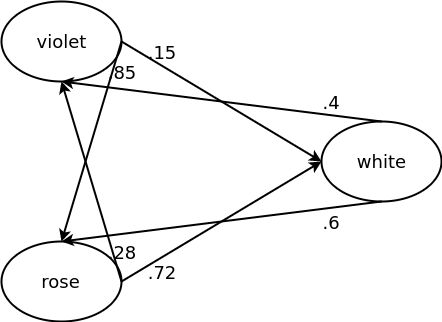
This is mc.png from kklein/kklein.github.io, a draw.io export, as it was before one commit. Source tidied: cells renumbered, new cells last; positions are measured from the earlier drawing's top-left corner, leaving out a move shared by most shapes. The source it was exported from:
```xml
<mxGraphModel>
  <root>
    <mxCell id="0" />
    <mxCell id="1" parent="0" />
    <mxCell id="2" value="&lt;font style=&quot;font-size: 18px;&quot;&gt;violet&lt;/font&gt;" style="ellipse;whiteSpace=wrap;html=1;fontSize=18;strokeWidth=2;" parent="1" vertex="1">
      <mxGeometry width="120" height="80" as="geometry" />
    </mxCell>
    <mxCell id="3" value="&lt;font style=&quot;font-size: 18px;&quot;&gt;rose&lt;/font&gt;" style="ellipse;whiteSpace=wrap;html=1;fontSize=18;strokeWidth=2;" parent="1" vertex="1">
      <mxGeometry y="240" width="120" height="80" as="geometry" />
    </mxCell>
    <mxCell id="4" value="&lt;font style=&quot;font-size: 18px;&quot;&gt;white&lt;/font&gt;" style="ellipse;whiteSpace=wrap;html=1;fontSize=18;strokeWidth=2;" parent="1" vertex="1">
      <mxGeometry x="320" y="120" width="120" height="80" as="geometry" />
    </mxCell>
    <mxCell id="5" style="endArrow=classic;html=1;exitX=1;exitY=0.5;exitDx=0;exitDy=0;entryX=0;entryY=0.5;entryDx=0;entryDy=0;fontSize=18;strokeWidth=2;" parent="1" edge="1" source="2" target="4">
      <mxGeometry relative="1" as="geometry" />
    </mxCell>
    <mxCell id="6" style="endArrow=classic;html=1;exitX=1;exitY=0.5;exitDx=0;exitDy=0;entryX=0.5;entryY=0;entryDx=0;entryDy=0;fontSize=18;strokeWidth=2;" parent="1" edge="1" source="2" target="3">
      <mxGeometry relative="1" as="geometry" />
    </mxCell>
    <mxCell id="7" style="endArrow=classic;html=1;exitX=1;exitY=0.5;exitDx=0;exitDy=0;entryX=0;entryY=0.5;entryDx=0;entryDy=0;fontSize=18;strokeWidth=2;" parent="1" edge="1" source="3" target="4">
      <mxGeometry relative="1" as="geometry" />
    </mxCell>
    <mxCell id="8" style="endArrow=classic;html=1;exitX=1;exitY=0.5;exitDx=0;exitDy=0;entryX=0.5;entryY=1;entryDx=0;entryDy=0;fontSize=18;strokeWidth=2;" parent="1" edge="1" source="3" target="2">
      <mxGeometry relative="1" as="geometry" />
    </mxCell>
    <mxCell id="9" style="endArrow=classic;html=1;exitX=0.5;exitY=1;exitDx=0;exitDy=0;entryX=0.5;entryY=0;entryDx=0;entryDy=0;fontSize=18;strokeWidth=2;" parent="1" edge="1" source="4" target="3">
      <mxGeometry relative="1" as="geometry" />
    </mxCell>
    <mxCell id="10" style="endArrow=classic;html=1;exitX=0.5;exitY=0;exitDx=0;exitDy=0;entryX=0.5;entryY=1;entryDx=0;entryDy=0;fontSize=18;strokeWidth=2;" parent="1" edge="1" source="4" target="2">
      <mxGeometry relative="1" as="geometry" />
    </mxCell>
    <mxCell id="11" value=".15" style="text;html=1;strokeColor=none;fillColor=none;align=center;verticalAlign=middle;whiteSpace=wrap;rounded=0;fontSize=18;strokeWidth=2;" parent="1" vertex="1">
      <mxGeometry x="140" y="40" width="40" height="20" as="geometry" />
    </mxCell>
    <mxCell id="12" value=".85" style="text;html=1;strokeColor=none;fillColor=none;align=center;verticalAlign=middle;whiteSpace=wrap;rounded=0;fontSize=18;strokeWidth=2;" parent="1" vertex="1">
      <mxGeometry x="100" y="60" width="40" height="20" as="geometry" />
    </mxCell>
    <mxCell id="13" value=".4" style="text;html=1;strokeColor=none;fillColor=none;align=center;verticalAlign=middle;whiteSpace=wrap;rounded=0;fontSize=18;strokeWidth=2;" parent="1" vertex="1">
      <mxGeometry x="310" y="90" width="40" height="20" as="geometry" />
    </mxCell>
    <mxCell id="14" value=".6" style="text;html=1;strokeColor=none;fillColor=none;align=center;verticalAlign=middle;whiteSpace=wrap;rounded=0;fontSize=18;strokeWidth=2;" parent="1" vertex="1">
      <mxGeometry x="310" y="210" width="40" height="20" as="geometry" />
    </mxCell>
    <mxCell id="15" value=".28" style="text;html=1;strokeColor=none;fillColor=none;align=center;verticalAlign=middle;whiteSpace=wrap;rounded=0;fontSize=18;strokeWidth=2;" parent="1" vertex="1">
      <mxGeometry x="100" y="240" width="40" height="20" as="geometry" />
    </mxCell>
    <mxCell id="16" value=".72" style="text;html=1;strokeColor=none;fillColor=none;align=center;verticalAlign=middle;whiteSpace=wrap;rounded=0;fontSize=18;strokeWidth=2;" parent="1" vertex="1">
      <mxGeometry x="140" y="260" width="40" height="20" as="geometry" />
    </mxCell>
  </root>
</mxGraphModel>
```
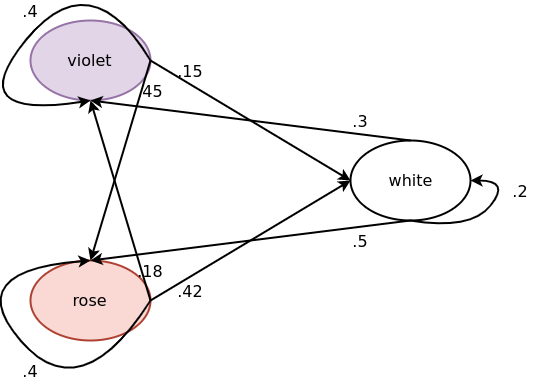
The same diagram one commit later.

The edit, as a diff of the source:
```diff
@@ -2,50 +2,84 @@
   <root>
     <mxCell id="0" />
     <mxCell id="1" parent="0" />
-    <mxCell id="2" value="&lt;font style=&quot;font-size: 18px;&quot;&gt;violet&lt;/font&gt;" style="ellipse;whiteSpace=wrap;html=1;fontSize=18;strokeWidth=2;" parent="1" vertex="1">
+    <mxCell id="2" value="&lt;font style=&quot;font-size: 16px;&quot;&gt;violet&lt;/font&gt;" style="ellipse;whiteSpace=wrap;html=1;fontSize=16;strokeWidth=2;fillColor=#e1d5e7;strokeColor=#9673a6;" parent="1" vertex="1">
       <mxGeometry width="120" height="80" as="geometry" />
     </mxCell>
-    <mxCell id="3" value="&lt;font style=&quot;font-size: 18px;&quot;&gt;rose&lt;/font&gt;" style="ellipse;whiteSpace=wrap;html=1;fontSize=18;strokeWidth=2;" parent="1" vertex="1">
+    <mxCell id="3" value="&lt;font style=&quot;font-size: 16px;&quot;&gt;rose&lt;/font&gt;" style="ellipse;whiteSpace=wrap;html=1;fontSize=16;strokeWidth=2;fillColor=#fad9d5;strokeColor=#ae4132;" parent="1" vertex="1">
       <mxGeometry y="240" width="120" height="80" as="geometry" />
     </mxCell>
-    <mxCell id="4" value="&lt;font style=&quot;font-size: 18px;&quot;&gt;white&lt;/font&gt;" style="ellipse;whiteSpace=wrap;html=1;fontSize=18;strokeWidth=2;" parent="1" vertex="1">
+    <mxCell id="4" value="&lt;font style=&quot;font-size: 16px;&quot;&gt;white&lt;/font&gt;" style="ellipse;whiteSpace=wrap;html=1;fontSize=16;strokeWidth=2;" parent="1" vertex="1">
       <mxGeometry x="320" y="120" width="120" height="80" as="geometry" />
     </mxCell>
-    <mxCell id="5" style="endArrow=classic;html=1;exitX=1;exitY=0.5;exitDx=0;exitDy=0;entryX=0;entryY=0.5;entryDx=0;entryDy=0;fontSize=18;strokeWidth=2;" parent="1" edge="1" source="2" target="4">
+    <mxCell id="5" style="endArrow=classic;html=1;exitX=1;exitY=0.5;exitDx=0;exitDy=0;entryX=0;entryY=0.5;entryDx=0;entryDy=0;fontSize=16;strokeWidth=2;" parent="1" edge="1" source="2" target="4">
       <mxGeometry relative="1" as="geometry" />
     </mxCell>
-    <mxCell id="6" style="endArrow=classic;html=1;exitX=1;exitY=0.5;exitDx=0;exitDy=0;entryX=0.5;entryY=0;entryDx=0;entryDy=0;fontSize=18;strokeWidth=2;" parent="1" edge="1" source="2" target="3">
+    <mxCell id="6" style="endArrow=classic;html=1;exitX=1;exitY=0.5;exitDx=0;exitDy=0;entryX=0.5;entryY=0;entryDx=0;entryDy=0;fontSize=16;strokeWidth=2;" parent="1" edge="1" source="2" target="3">
       <mxGeometry relative="1" as="geometry" />
     </mxCell>
-    <mxCell id="7" style="endArrow=classic;html=1;exitX=1;exitY=0.5;exitDx=0;exitDy=0;entryX=0;entryY=0.5;entryDx=0;entryDy=0;fontSize=18;strokeWidth=2;" parent="1" edge="1" source="3" target="4">
+    <mxCell id="7" style="endArrow=classic;html=1;exitX=1;exitY=0.5;exitDx=0;exitDy=0;entryX=0;entryY=0.5;entryDx=0;entryDy=0;fontSize=16;strokeWidth=2;" parent="1" edge="1" source="3" target="4">
       <mxGeometry relative="1" as="geometry" />
     </mxCell>
-    <mxCell id="8" style="endArrow=classic;html=1;exitX=1;exitY=0.5;exitDx=0;exitDy=0;entryX=0.5;entryY=1;entryDx=0;entryDy=0;fontSize=18;strokeWidth=2;" parent="1" edge="1" source="3" target="2">
+    <mxCell id="8" style="endArrow=classic;html=1;exitX=1;exitY=0.5;exitDx=0;exitDy=0;entryX=0.5;entryY=1;entryDx=0;entryDy=0;fontSize=16;strokeWidth=2;" parent="1" edge="1" source="3" target="2">
       <mxGeometry relative="1" as="geometry" />
     </mxCell>
-    <mxCell id="9" style="endArrow=classic;html=1;exitX=0.5;exitY=1;exitDx=0;exitDy=0;entryX=0.5;entryY=0;entryDx=0;entryDy=0;fontSize=18;strokeWidth=2;" parent="1" edge="1" source="4" target="3">
+    <mxCell id="9" style="endArrow=classic;html=1;exitX=0.5;exitY=1;exitDx=0;exitDy=0;entryX=0.5;entryY=0;entryDx=0;entryDy=0;fontSize=16;strokeWidth=2;" parent="1" edge="1" source="4" target="3">
       <mxGeometry relative="1" as="geometry" />
     </mxCell>
-    <mxCell id="10" style="endArrow=classic;html=1;exitX=0.5;exitY=0;exitDx=0;exitDy=0;entryX=0.5;entryY=1;entryDx=0;entryDy=0;fontSize=18;strokeWidth=2;" parent="1" edge="1" source="4" target="2">
+    <mxCell id="10" style="endArrow=classic;html=1;exitX=0.5;exitY=0;exitDx=0;exitDy=0;entryX=0.5;entryY=1;entryDx=0;entryDy=0;fontSize=16;strokeWidth=2;" parent="1" edge="1" source="4" target="2">
       <mxGeometry relative="1" as="geometry" />
     </mxCell>
-    <mxCell id="11" value=".15" style="text;html=1;strokeColor=none;fillColor=none;align=center;verticalAlign=middle;whiteSpace=wrap;rounded=0;fontSize=18;strokeWidth=2;" parent="1" vertex="1">
+    <mxCell id="11" value=".15" style="text;html=1;strokeColor=none;fillColor=none;align=center;verticalAlign=middle;whiteSpace=wrap;rounded=0;fontSize=16;strokeWidth=2;" parent="1" vertex="1">
       <mxGeometry x="140" y="40" width="40" height="20" as="geometry" />
     </mxCell>
-    <mxCell id="12" value=".85" style="text;html=1;strokeColor=none;fillColor=none;align=center;verticalAlign=middle;whiteSpace=wrap;rounded=0;fontSize=18;strokeWidth=2;" parent="1" vertex="1">
+    <mxCell id="12" value=".45" style="text;html=1;strokeColor=none;fillColor=none;align=center;verticalAlign=middle;whiteSpace=wrap;rounded=0;fontSize=16;strokeWidth=2;" parent="1" vertex="1">
       <mxGeometry x="100" y="60" width="40" height="20" as="geometry" />
     </mxCell>
-    <mxCell id="13" value=".4" style="text;html=1;strokeColor=none;fillColor=none;align=center;verticalAlign=middle;whiteSpace=wrap;rounded=0;fontSize=18;strokeWidth=2;" parent="1" vertex="1">
+    <mxCell id="13" value=".3" style="text;html=1;strokeColor=none;fillColor=none;align=center;verticalAlign=middle;whiteSpace=wrap;rounded=0;fontSize=16;strokeWidth=2;" parent="1" vertex="1">
       <mxGeometry x="310" y="90" width="40" height="20" as="geometry" />
     </mxCell>
-    <mxCell id="14" value=".6" style="text;html=1;strokeColor=none;fillColor=none;align=center;verticalAlign=middle;whiteSpace=wrap;rounded=0;fontSize=18;strokeWidth=2;" parent="1" vertex="1">
+    <mxCell id="14" value=".5" style="text;html=1;strokeColor=none;fillColor=none;align=center;verticalAlign=middle;whiteSpace=wrap;rounded=0;fontSize=16;strokeWidth=2;" parent="1" vertex="1">
       <mxGeometry x="310" y="210" width="40" height="20" as="geometry" />
     </mxCell>
-    <mxCell id="15" value=".28" style="text;html=1;strokeColor=none;fillColor=none;align=center;verticalAlign=middle;whiteSpace=wrap;rounded=0;fontSize=18;strokeWidth=2;" parent="1" vertex="1">
+    <mxCell id="15" value=".18" style="text;html=1;strokeColor=none;fillColor=none;align=center;verticalAlign=middle;whiteSpace=wrap;rounded=0;fontSize=16;strokeWidth=2;" parent="1" vertex="1">
       <mxGeometry x="100" y="240" width="40" height="20" as="geometry" />
     </mxCell>
-    <mxCell id="16" value=".72" style="text;html=1;strokeColor=none;fillColor=none;align=center;verticalAlign=middle;whiteSpace=wrap;rounded=0;fontSize=18;strokeWidth=2;" parent="1" vertex="1">
+    <mxCell id="16" value=".42" style="text;html=1;strokeColor=none;fillColor=none;align=center;verticalAlign=middle;whiteSpace=wrap;rounded=0;fontSize=16;strokeWidth=2;" parent="1" vertex="1">
       <mxGeometry x="140" y="260" width="40" height="20" as="geometry" />
     </mxCell>
+    <mxCell id="17" style="curved=1;endArrow=classic;html=1;exitX=1;exitY=0.5;exitDx=0;exitDy=0;entryX=0.5;entryY=0;entryDx=0;entryDy=0;strokeWidth=2;fontSize=16;" parent="1" edge="1" source="3" target="3">
+      <mxGeometry relative="1" as="geometry">
+        <Array as="points">
+          <mxPoint x="50" y="390" />
+          <mxPoint x="-70" y="250" />
+        </Array>
+      </mxGeometry>
+    </mxCell>
+    <mxCell id="18" style="curved=1;endArrow=classic;html=1;exitX=0.5;exitY=1;exitDx=0;exitDy=0;entryX=1;entryY=0.5;entryDx=0;entryDy=0;strokeWidth=2;fontSize=16;" parent="1" edge="1" source="4" target="4">
+      <mxGeometry relative="1" as="geometry">
+        <Array as="points">
+          <mxPoint x="440" y="210" />
+          <mxPoint x="480" y="160" />
+        </Array>
+      </mxGeometry>
+    </mxCell>
+    <mxCell id="19" style="curved=1;endArrow=classic;html=1;entryX=0.5;entryY=1;entryDx=0;entryDy=0;strokeWidth=2;fontSize=16;" parent="1" edge="1" target="2">
+      <mxGeometry relative="1" as="geometry">
+        <mxPoint x="120" y="40" as="sourcePoint" />
+        <Array as="points">
+          <mxPoint x="60" y="-60" />
+          <mxPoint x="-70" y="100" />
+        </Array>
+      </mxGeometry>
+    </mxCell>
+    <mxCell id="20" value=".4" style="text;html=1;strokeColor=none;fillColor=none;align=center;verticalAlign=middle;whiteSpace=wrap;rounded=0;fontSize=16;" parent="1" vertex="1">
+      <mxGeometry x="-20" y="-20" width="40" height="20" as="geometry" />
+    </mxCell>
+    <mxCell id="21" value=".4" style="text;html=1;strokeColor=none;fillColor=none;align=center;verticalAlign=middle;whiteSpace=wrap;rounded=0;fontSize=16;" parent="1" vertex="1">
+      <mxGeometry x="-20" y="340" width="40" height="20" as="geometry" />
+    </mxCell>
+    <mxCell id="22" value=".2" style="text;html=1;strokeColor=none;fillColor=none;align=center;verticalAlign=middle;whiteSpace=wrap;rounded=0;fontSize=16;" parent="1" vertex="1">
+      <mxGeometry x="470" y="160" width="40" height="20" as="geometry" />
+    </mxCell>
   </root>
 </mxGraphModel>
```
